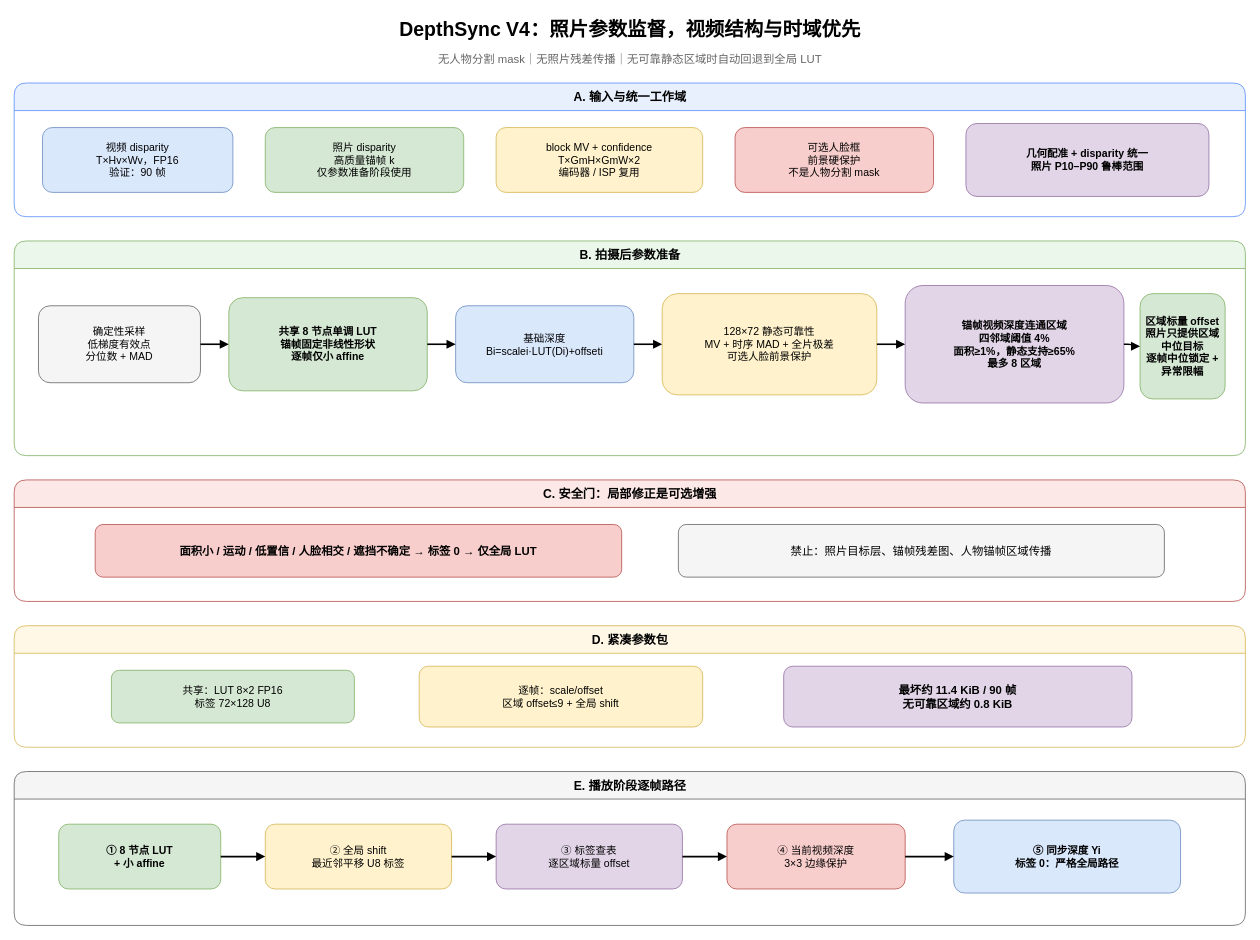
This is docs/depthsync-flow.drawio from luckystone60/DepthSync, a draw.io file, before an edit. Source tidied: cells renumbered, new cells numbered last; positions are measured from the earlier drawing's top-left corner, leaving out a move shared by most shapes. Both pictures are drawn from the tidied source at 81%, with x=0, y=0 at pixel (14, 14).
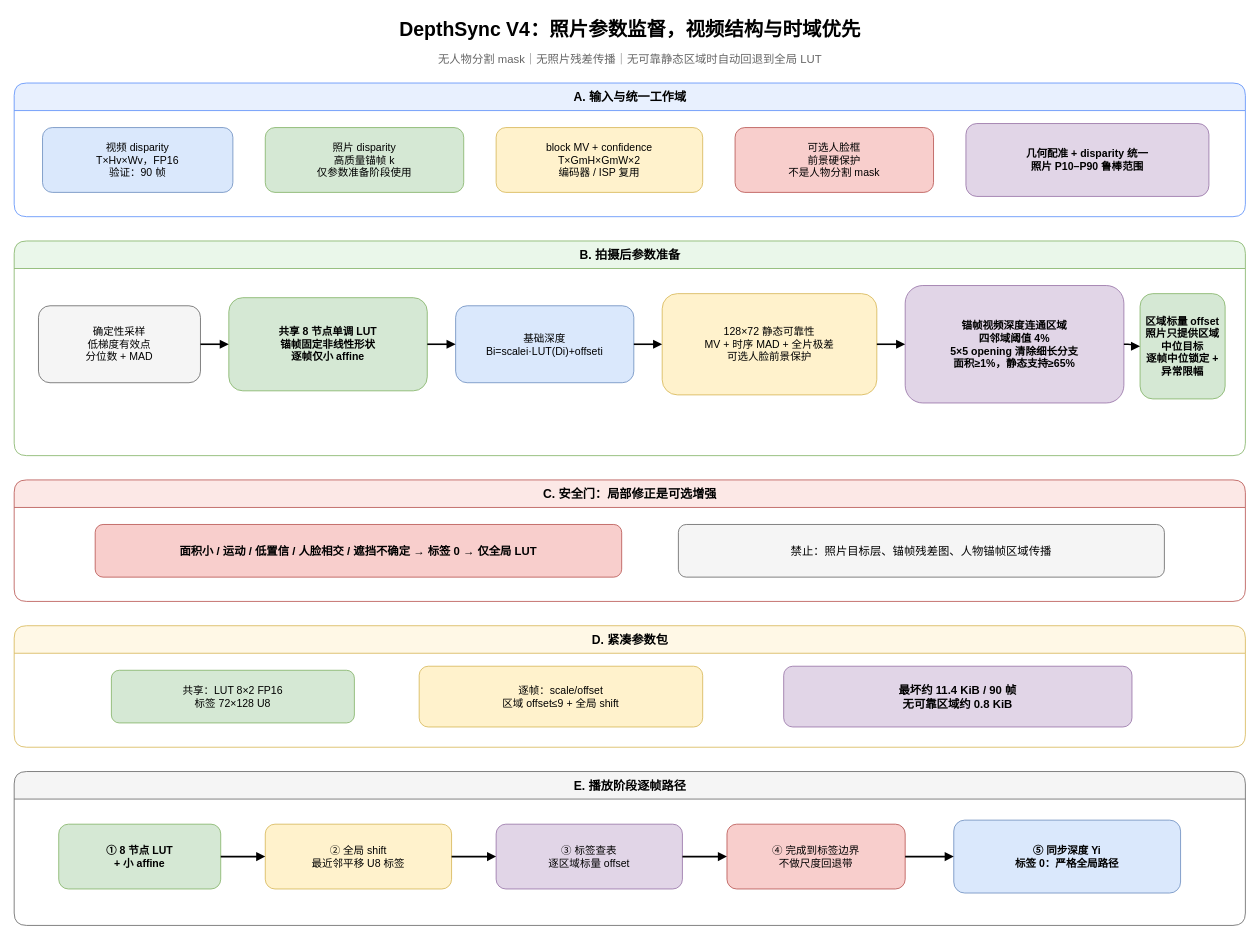
After the change.

The change refers to these unchanged cells:
```xml
<mxCell id="10" value="B. 拍摄后参数准备" style="swimlane;html=1;startSize=34;rounded=1;fillColor=#EAF7EA;strokeColor=#82B366;fontStyle=1;fontSize=15;" parent="1" vertex="1">
  <mxGeometry y="280" width="1520" height="265" as="geometry" />
</mxCell>
<mxCell id="24" value="E. 播放阶段逐帧路径" style="swimlane;html=1;startSize=34;rounded=1;fillColor=#F5F5F5;strokeColor=#666666;fontStyle=1;fontSize=15;" parent="1" vertex="1">
  <mxGeometry y="935" width="1520" height="190" as="geometry" />
</mxCell>
```

What changed in the source:
```diff
@@
-    <mxCell id="15" value="锚帧视频深度连通区域&#10;四邻域阈值 4%&#10;面积≥1%，静态支持≥65%&#10;最多 8 区域" style="rounded=1;whiteSpace=wrap;html=1;fillColor=#E1D5E7;strokeColor=#9673A6;fontSize=13;fontStyle=1;" parent="10" vertex="1">
+    <mxCell id="15" value="锚帧视频深度连通区域&#10;四邻域阈值 4%&#10;5×5 opening 清除细长分支&#10;面积≥1%，静态支持≥65%" style="rounded=1;whiteSpace=wrap;html=1;fillColor=#E1D5E7;strokeColor=#9673A6;fontSize=13;fontStyle=1;" parent="10" vertex="1">
       <mxGeometry x="1100" y="55" width="270" height="145" as="geometry" />
     </mxCell>
@@
-    <mxCell id="28" value="④ 当前视频深度&#10;3×3 边缘保护" style="rounded=1;whiteSpace=wrap;html=1;fillColor=#F8CECC;strokeColor=#B85450;fontSize=13;" parent="24" vertex="1">
+    <mxCell id="28" value="④ 完成到标签边界&#10;不做尺度回退带" style="rounded=1;whiteSpace=wrap;html=1;fillColor=#F8CECC;strokeColor=#B85450;fontSize=13;" parent="24" vertex="1">
       <mxGeometry x="880" y="65" width="220" height="80" as="geometry" />
     </mxCell>
```
